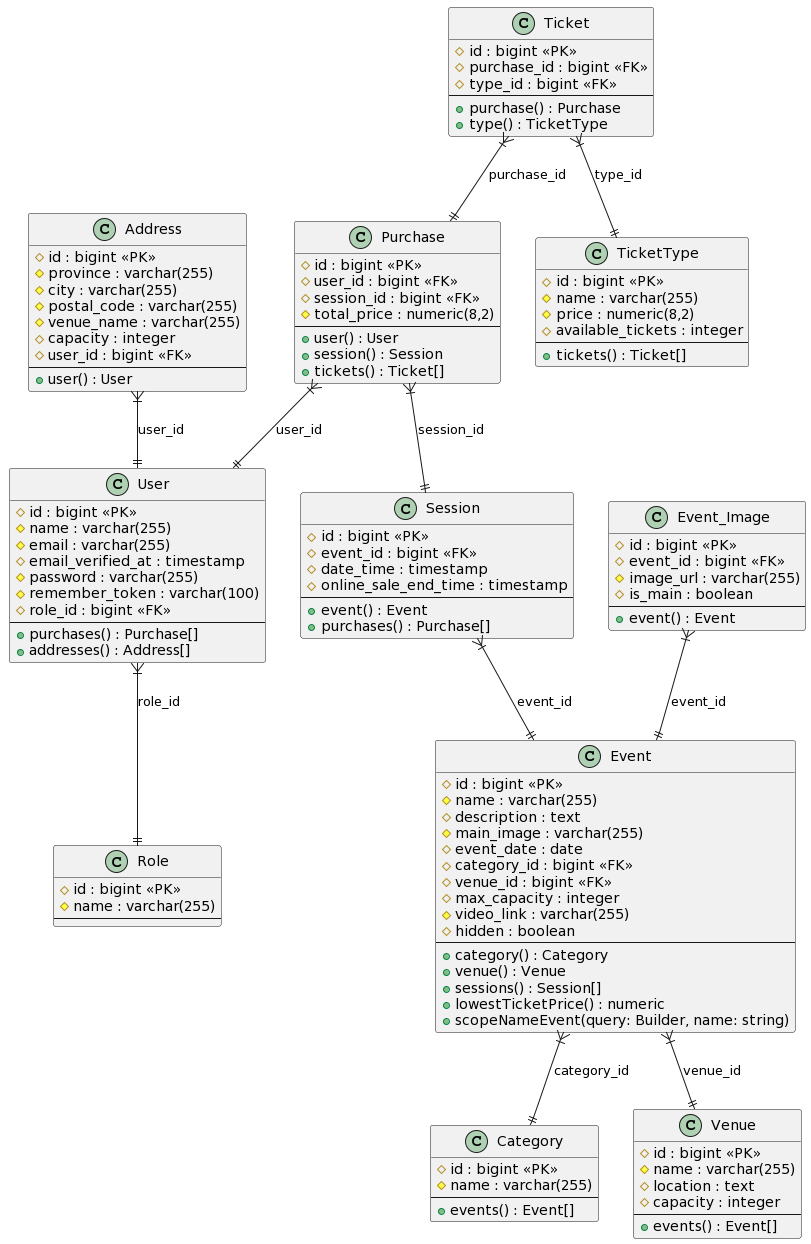
The PlantUML diagram Docs/images/DiagramaUML.png in fcarmona8/EventoPass, before a commit.
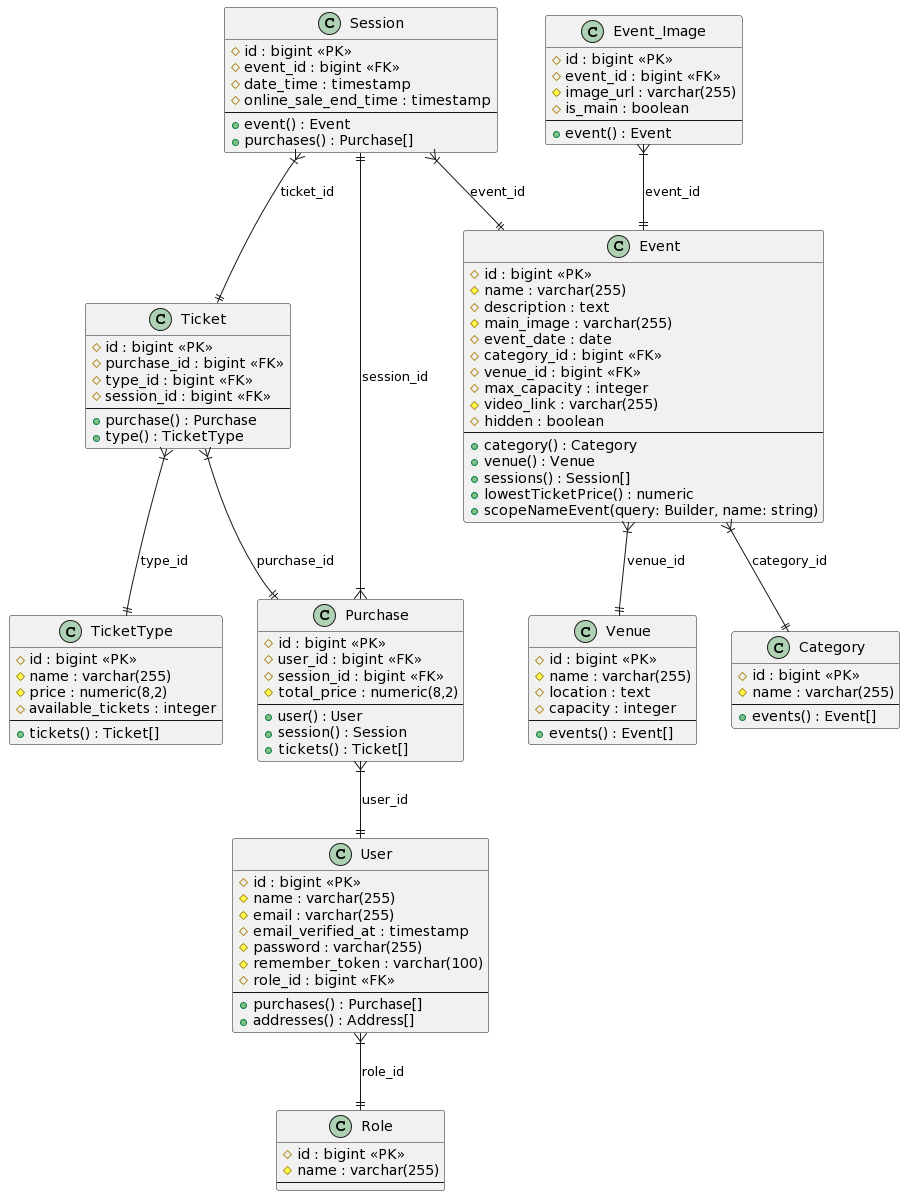
The same file after the commit.

What changed in the source:
```diff
@@ -81,6 +81,7 @@
     # id : bigint <<PK>>
     # purchase_id : bigint <<FK>>
     # type_id : bigint <<FK>>
+    # session_id : bigint <<FK>>
     --
     + purchase() : Purchase
     + type() : TicketType
@@ -101,26 +102,14 @@
     + event() : Event
 }
 
-class "Address" as addresses {
-    # id : bigint <<PK>>
-    # province : varchar(255)
-    # city : varchar(255)
-    # postal_code : varchar(255)
-    # venue_name : varchar(255)
-    # capacity : integer
-    # user_id : bigint <<FK>>
-    --
-    + user() : User
-}
-
 events }|--|| categories : "category_id"
 events }|--|| venues : "venue_id"
 sessions }|--|| events : "event_id"
+sessions }|--|| tickets : "ticket_id"
 purchases }|--|| sessions : "session_id"
 purchases }|--|| users : "user_id"
 tickets }|--|| purchases : "purchase_id"
 tickets }|--|| ticket_types : "type_id"
 users }|--|| roles : "role_id"
 event_images }|--|| events : "event_id"
-addresses }|--|| users : "user_id"
 @enduml
```
